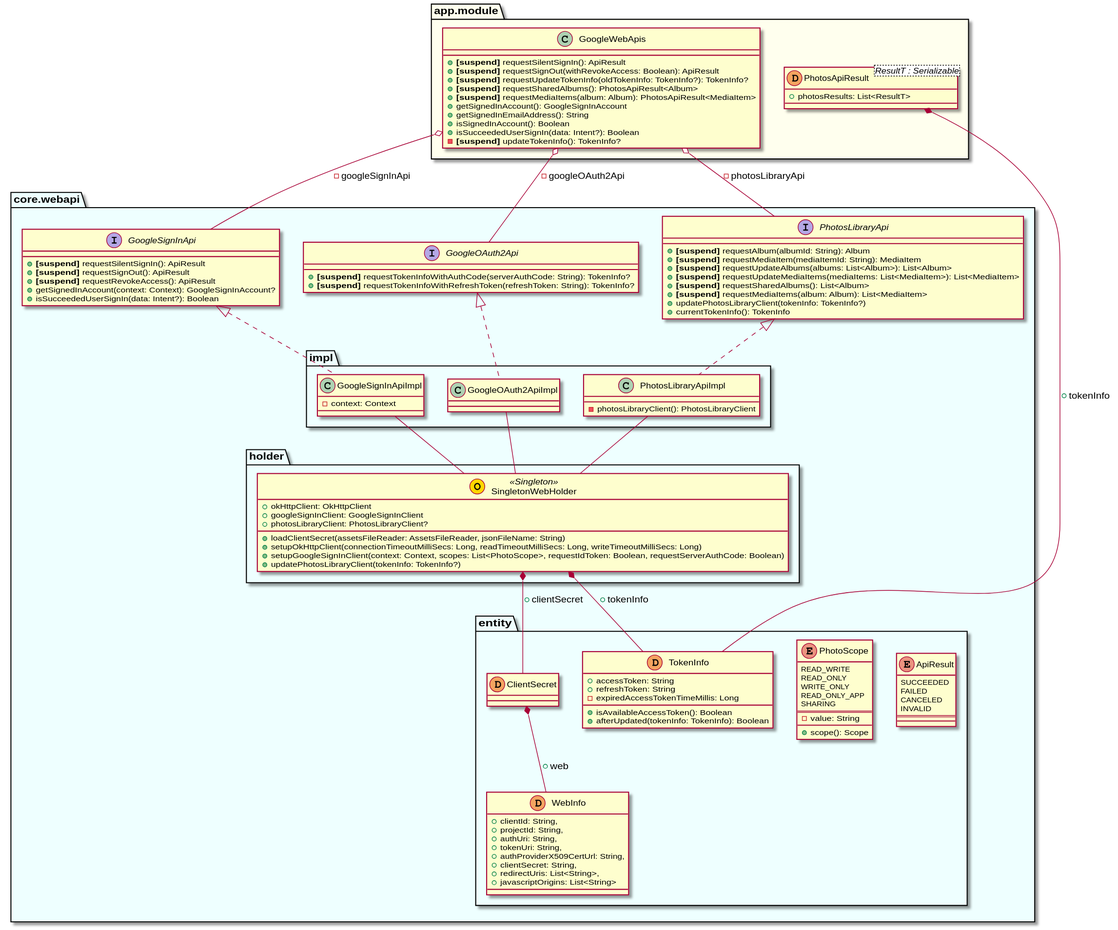
The PlantUML diagram uml/webapi/class_diagram_webapi.svg in sallyluenoa/PhotoSlideShow, before a commit.
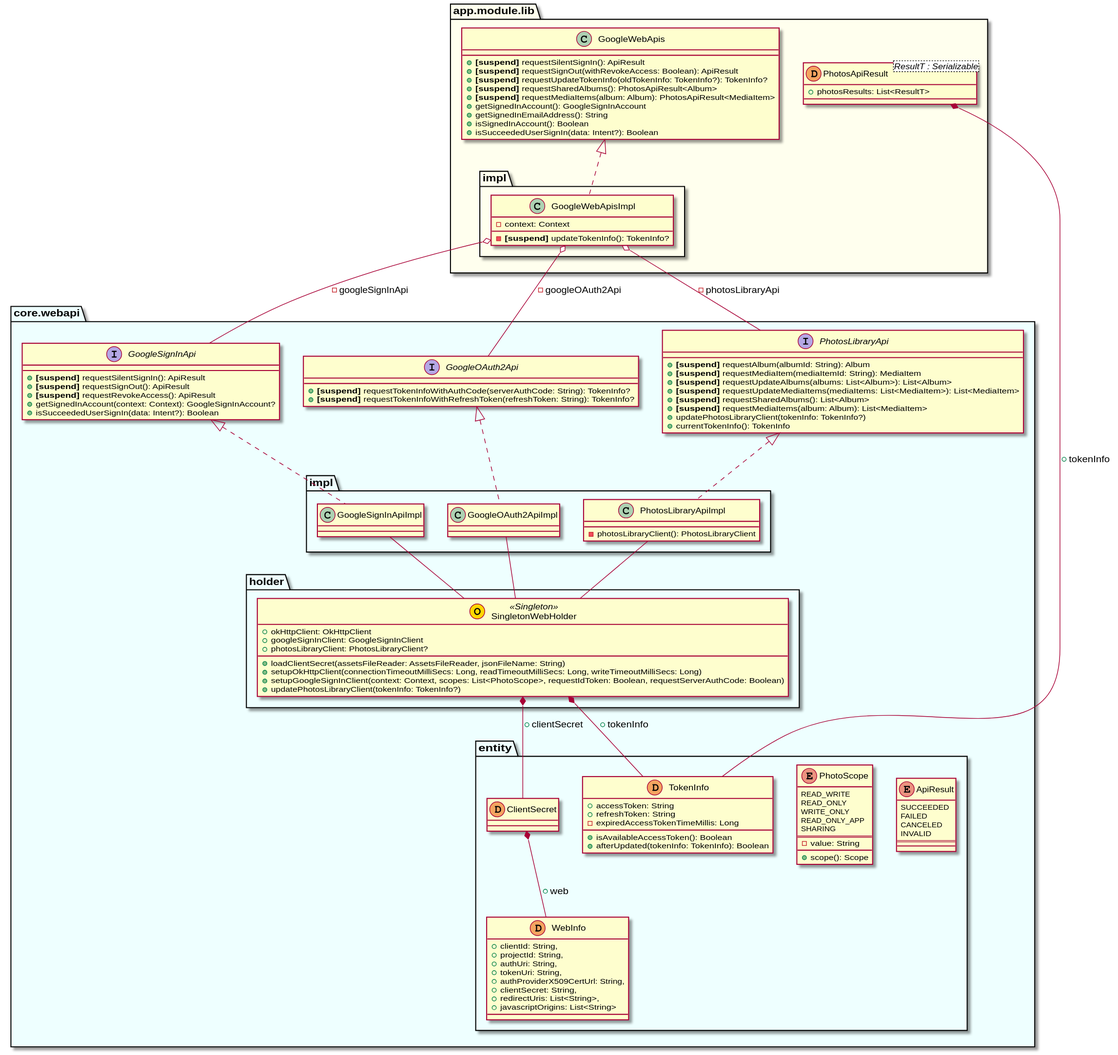
After the change.

Change to the diagram source:
```diff
@@ -56,9 +56,7 @@
   }
 
   namespace impl {
-    class GoogleSignInApiImpl {
-      - context: Context
-    }
+    class GoogleSignInApiImpl
     class GoogleOAuth2ApiImpl
     class PhotosLibraryApiImpl {
       - photosLibraryClient(): PhotosLibraryClient
@@ -88,7 +86,7 @@
   }
 }
 
-namespace app.module #FFFFEE {
+namespace app.module.lib #FFFFEE {
   class PhotosApiResult<ResultT : Serializable> << (D, sandybrown) >> {
     + photosResults: List<ResultT>
   }
@@ -102,11 +100,16 @@
     + getSignedInEmailAddress(): String
     + isSignedInAccount(): Boolean
     + isSucceededUserSignIn(data: Intent?): Boolean
-    - <B>[suspend]</B> updateTokenInfo(): TokenInfo?
+  }
+  namespace impl {
+    class GoogleWebApisImpl {
+      - context: Context
+      - <B>[suspend]</B> updateTokenInfo(): TokenInfo?
+    }
   }
 }
 
-app.module.PhotosApiResult *-- core.webapi.entity.TokenInfo: + tokenInfo
+app.module.lib.PhotosApiResult *-- core.webapi.entity.TokenInfo: + tokenInfo
 core.webapi.holder.SingletonWebHolder *-- core.webapi.entity.TokenInfo: + tokenInfo
 core.webapi.holder.SingletonWebHolder *-- core.webapi.entity.ClientSecret: + clientSecret
 
@@ -118,7 +121,8 @@
 core.webapi.GoogleOAuth2Api <|.. core.webapi.impl.GoogleOAuth2ApiImpl
 core.webapi.PhotosLibraryApi <|.. core.webapi.impl.PhotosLibraryApiImpl
 
-app.module.GoogleWebApis o-- core.webapi.GoogleSignInApi: - googleSignInApi
-app.module.GoogleWebApis o-- core.webapi.GoogleOAuth2Api: - googleOAuth2Api
-app.module.GoogleWebApis o-- core.webapi.PhotosLibraryApi: - photosLibraryApi
+app.module.lib.impl.GoogleWebApisImpl .up.|> app.module.lib.GoogleWebApis
+app.module.lib.impl.GoogleWebApisImpl o-- core.webapi.GoogleSignInApi: - googleSignInApi
+app.module.lib.impl.GoogleWebApisImpl o-- core.webapi.GoogleOAuth2Api: - googleOAuth2Api
+app.module.lib.impl.GoogleWebApisImpl o-- core.webapi.PhotosLibraryApi: - photosLibraryApi
 @enduml
```
